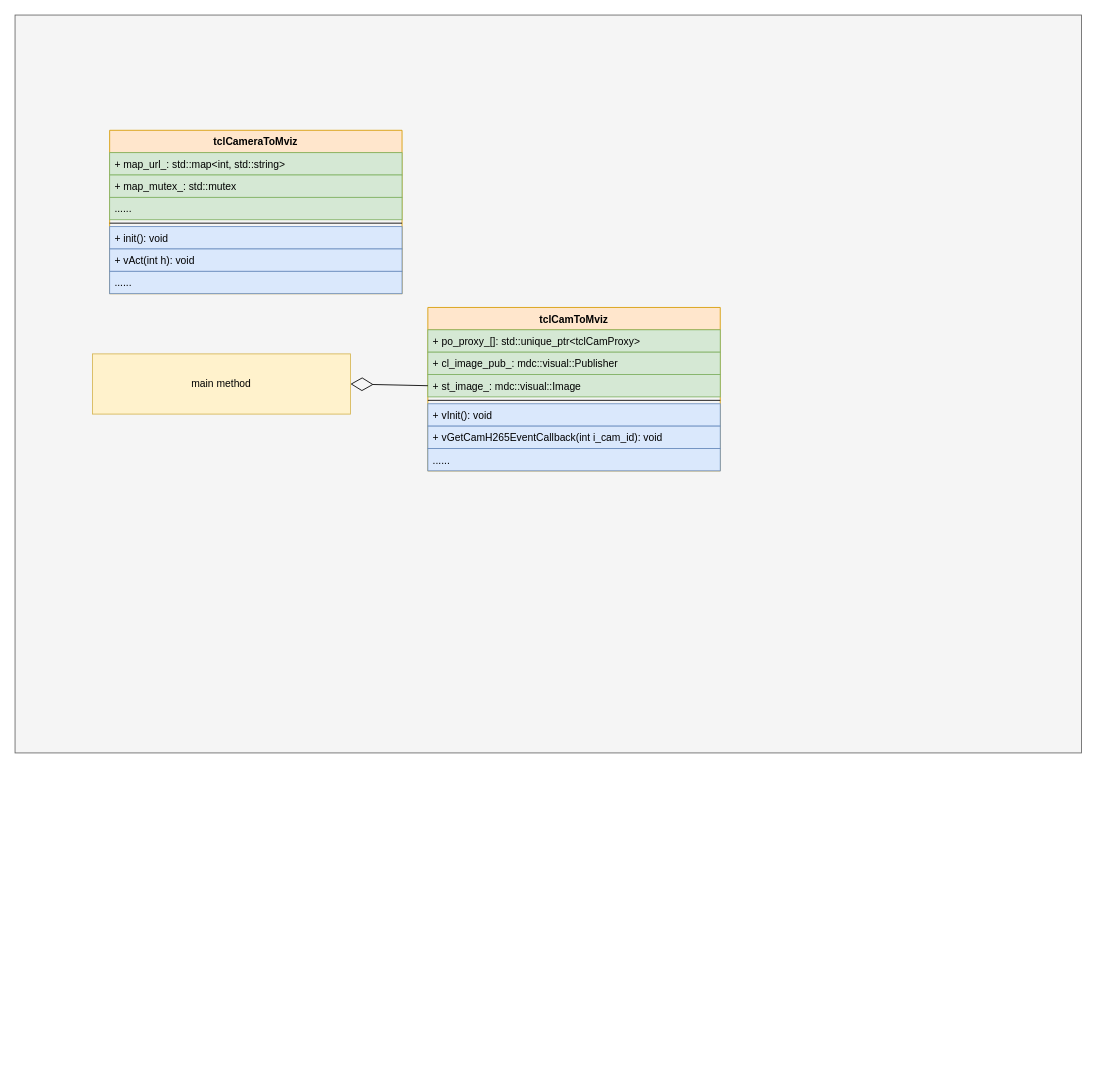
xiaoleli/diagrams keeps this draw.io diagram as visualize静态图.drawio. Above is the earlier version. Source tidied: cells renumbered, new cells numbered last; positions are measured from the earlier drawing's top-left corner, leaving out a move shared by most shapes. Both pictures are drawn from the tidied source at 86%, with x=0, y=0 at pixel (15, 15).
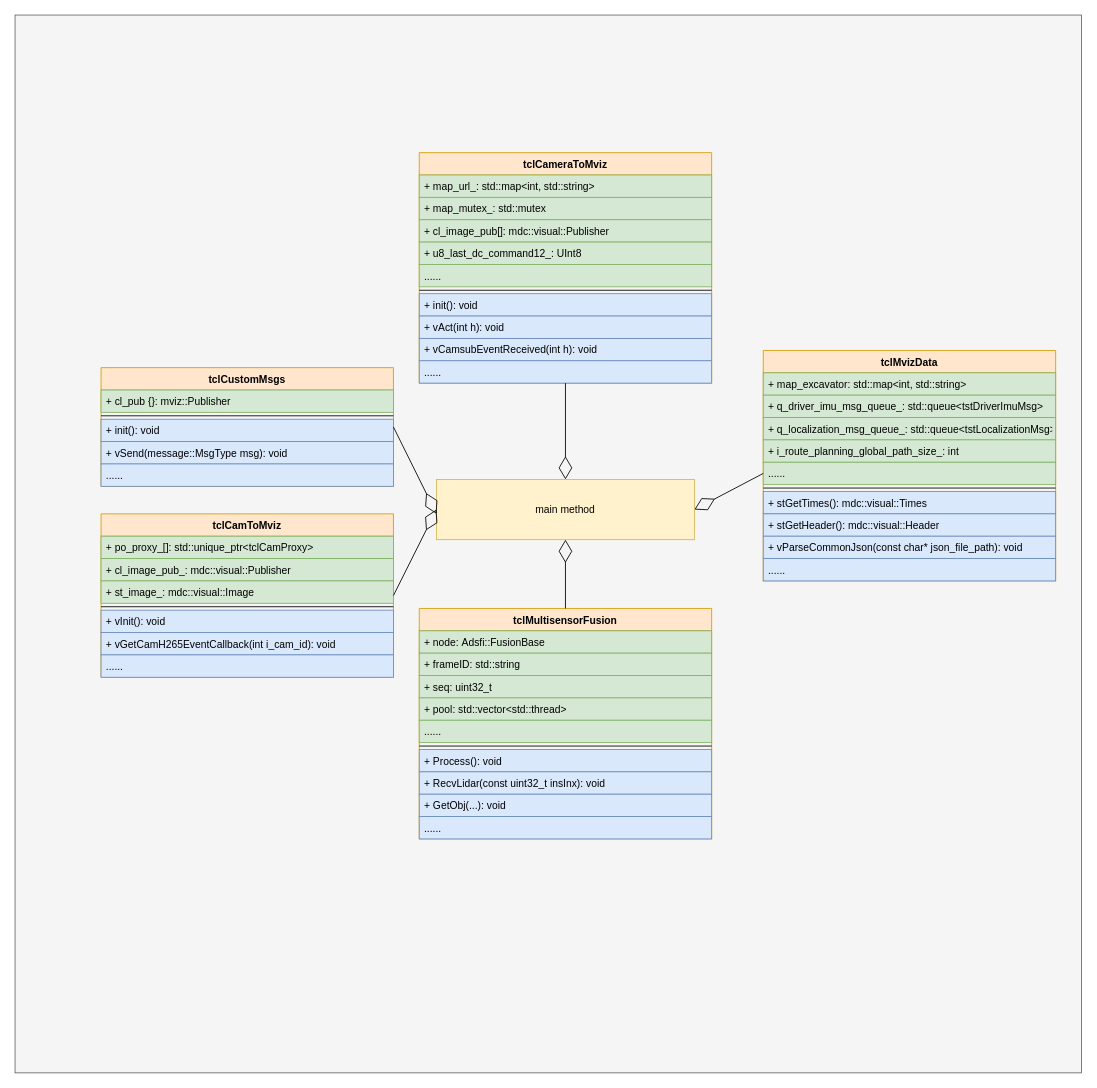
The same diagram, later.

Commit message (it also covers changes not shown here):
更新visualize静态图.drawio

Unchanged cells that the change refers to:
```xml
<mxCell id="6" value="+ st_image_: mdc::visual::Image" style="text;strokeColor=#82b366;fillColor=#d5e8d4;align=left;verticalAlign=top;spacingLeft=4;spacingRight=4;overflow=hidden;points=[[0,0.5],[1,0.5]];portConstraint=eastwest;" parent="3" vertex="1">
  <mxGeometry y="78" width="340" height="26" as="geometry" />
</mxCell>
```

The edit, as a diff of the source:
```diff
@@
     <mxCell id="2" style="html=1;fillColor=#f5f5f5;fontColor=#333333;strokeColor=#666666;" parent="1" vertex="1">
-      <mxGeometry width="1240" height="858" as="geometry" />
+      <mxGeometry width="1240" height="1230" as="geometry" />
     </mxCell>
     <mxCell id="3" value="tclCamToMviz" style="swimlane;fontStyle=1;align=center;verticalAlign=top;horizontal=1;startSize=26;fillColor=#ffe6cc;strokeColor=#d79b00;" parent="1" vertex="1">
-      <mxGeometry x="480" y="340" width="340" height="190" as="geometry" />
+      <mxGeometry x="100" y="580" width="340" height="190" as="geometry" />
     </mxCell>
@@
     <mxCell id="11" value="main method" style="rounded=0;whiteSpace=wrap;html=1;fillColor=#fff2cc;strokeColor=#d6b656;" parent="1" vertex="1">
-      <mxGeometry x="90" y="394" width="300" height="70" as="geometry" />
+      <mxGeometry x="490" y="540" width="300" height="70" as="geometry" />
     </mxCell>
-    <mxCell id="12" style="endArrow=diamondThin;endFill=0;endSize=24;html=1;rounded=0;entryX=1;entryY=0.5;entryDx=0;entryDy=0;exitX=0;exitY=0.5;exitDx=0;exitDy=0;" parent="1" edge="1" source="6" target="11">
-      <mxGeometry relative="1" as="geometry" />
+    <mxCell id="12" style="endArrow=diamondThin;endFill=0;endSize=24;html=1;rounded=0;exitX=1;exitY=0.5;exitDx=0;exitDy=0;" parent="1" edge="1" source="3">
+      <mxGeometry relative="1" as="geometry">
+        <mxPoint x="490" y="575" as="targetPoint" />
+      </mxGeometry>
     </mxCell>
     <mxCell id="13" value="tclCameraToMviz" style="swimlane;fontStyle=1;align=center;verticalAlign=top;horizontal=1;startSize=26;fillColor=#ffe6cc;strokeColor=#d79b00;" parent="1" vertex="1">
-      <mxGeometry x="110" y="134" width="340" height="190" as="geometry" />
+      <mxGeometry x="470" y="160" width="340" height="268" as="geometry" />
     </mxCell>
@@
+    <mxCell id="21" value="+ cl_image_pub[]: mdc::visual::Publisher" style="text;strokeColor=#82b366;fillColor=#d5e8d4;align=left;verticalAlign=top;spacingLeft=4;spacingRight=4;overflow=hidden;" parent="13" vertex="1">
+      <mxGeometry y="78" width="340" height="26" as="geometry" />
+    </mxCell>
+    <mxCell id="22" value="+ u8_last_dc_command12_: UInt8" style="text;strokeColor=#82b366;fillColor=#d5e8d4;align=left;verticalAlign=top;spacingLeft=4;spacingRight=4;overflow=hidden;" parent="13" vertex="1">
+      <mxGeometry y="104" width="340" height="26" as="geometry" />
+    </mxCell>
     <mxCell id="16" value="......" style="text;strokeColor=#82b366;fillColor=#d5e8d4;align=left;verticalAlign=top;spacingLeft=4;spacingRight=4;overflow=hidden;" parent="13" vertex="1">
-      <mxGeometry y="78" width="340" height="26" as="geometry" />
+      <mxGeometry y="130" width="340" height="26" as="geometry" />
     </mxCell>
     <mxCell id="17" style="line;strokeWidth=1;fillColor=none;align=left;verticalAlign=middle;spacingTop=-1;spacingLeft=3;spacingRight=3;labelPosition=right;" parent="13" vertex="1">
-      <mxGeometry y="104" width="340" height="8" as="geometry" />
+      <mxGeometry y="156" width="340" height="8" as="geometry" />
     </mxCell>
     <mxCell id="18" value="+ init(): void" style="text;strokeColor=#6c8ebf;fillColor=#dae8fc;align=left;verticalAlign=top;spacingLeft=4;spacingRight=4;overflow=hidden;" parent="13" vertex="1">
-      <mxGeometry y="112" width="340" height="26" as="geometry" />
+      <mxGeometry y="164" width="340" height="26" as="geometry" />
     </mxCell>
     <mxCell id="19" value="+ vAct(int h): void" style="text;strokeColor=#6c8ebf;fillColor=#dae8fc;align=left;verticalAlign=top;spacingLeft=4;spacingRight=4;overflow=hidden;" parent="13" vertex="1">
-      <mxGeometry y="138" width="340" height="26" as="geometry" />
+      <mxGeometry y="190" width="340" height="26" as="geometry" />
     </mxCell>
+    <mxCell id="23" value="+ vCamsubEventReceived(int h): void" style="text;strokeColor=#6c8ebf;fillColor=#dae8fc;align=left;verticalAlign=top;spacingLeft=4;spacingRight=4;overflow=hidden;" parent="13" vertex="1">
+      <mxGeometry y="216" width="340" height="26" as="geometry" />
+    </mxCell>
     <mxCell id="20" value="......" style="text;strokeColor=#6c8ebf;fillColor=#dae8fc;align=left;verticalAlign=top;spacingLeft=4;spacingRight=4;overflow=hidden;" parent="13" vertex="1">
-      <mxGeometry y="164" width="340" height="26" as="geometry" />
+      <mxGeometry y="242" width="340" height="26" as="geometry" />
     </mxCell>
+    <mxCell id="24" style="endArrow=diamondThin;endFill=0;endSize=24;html=1;rounded=0;entryX=0.5;entryY=0;entryDx=0;entryDy=0;exitX=0.5;exitY=1;exitDx=0;exitDy=0;" parent="1" edge="1" source="13" target="11">
+      <mxGeometry relative="1" as="geometry" />
+    </mxCell>
+    <mxCell id="25" value="tclCustomMsgs" style="swimlane;fontStyle=1;align=center;verticalAlign=top;horizontal=1;startSize=26;fillColor=#ffe6cc;strokeColor=#d79b00;" parent="1" vertex="1">
+      <mxGeometry x="100" y="410" width="340" height="138" as="geometry" />
+    </mxCell>
+    <mxCell id="26" value="+ cl_pub {}: mviz::Publisher" style="text;strokeColor=#82b366;fillColor=#d5e8d4;align=left;verticalAlign=top;spacingLeft=4;spacingRight=4;overflow=hidden;" parent="25" vertex="1">
+      <mxGeometry y="26" width="340" height="26" as="geometry" />
+    </mxCell>
+    <mxCell id="27" style="line;strokeWidth=1;fillColor=none;align=left;verticalAlign=middle;spacingTop=-1;spacingLeft=3;spacingRight=3;labelPosition=right;" parent="25" vertex="1">
+      <mxGeometry y="52" width="340" height="8" as="geometry" />
+    </mxCell>
+    <mxCell id="28" value="+ init(): void" style="text;strokeColor=#6c8ebf;fillColor=#dae8fc;align=left;verticalAlign=top;spacingLeft=4;spacingRight=4;overflow=hidden;" parent="25" vertex="1">
+      <mxGeometry y="60" width="340" height="26" as="geometry" />
+    </mxCell>
+    <mxCell id="29" value="+ vSend(message::MsgType msg): void" style="text;strokeColor=#6c8ebf;fillColor=#dae8fc;align=left;verticalAlign=top;spacingLeft=4;spacingRight=4;overflow=hidden;" parent="25" vertex="1">
+      <mxGeometry y="86" width="340" height="26" as="geometry" />
+    </mxCell>
+    <mxCell id="30" value="......" style="text;strokeColor=#6c8ebf;fillColor=#dae8fc;align=left;verticalAlign=top;spacingLeft=4;spacingRight=4;overflow=hidden;" parent="25" vertex="1">
+      <mxGeometry y="112" width="340" height="26" as="geometry" />
+    </mxCell>
+    <mxCell id="31" style="endArrow=diamondThin;endFill=0;endSize=24;html=1;rounded=0;exitX=1;exitY=0.5;exitDx=0;exitDy=0;" parent="1" edge="1" source="25">
+      <mxGeometry relative="1" as="geometry">
+        <mxPoint x="490" y="580" as="targetPoint" />
+      </mxGeometry>
+    </mxCell>
+    <mxCell id="32" value="tclMultisensorFusion" style="swimlane;fontStyle=1;align=center;verticalAlign=top;horizontal=1;startSize=26;fillColor=#ffe6cc;strokeColor=#d79b00;" parent="1" vertex="1">
+      <mxGeometry x="470" y="690" width="340" height="268" as="geometry" />
+    </mxCell>
+    <mxCell id="33" value="+ node: Adsfi::FusionBase" style="text;strokeColor=#82b366;fillColor=#d5e8d4;align=left;verticalAlign=top;spacingLeft=4;spacingRight=4;overflow=hidden;" parent="32" vertex="1">
+      <mxGeometry y="26" width="340" height="26" as="geometry" />
+    </mxCell>
+    <mxCell id="34" value="+ frameID: std::string" style="text;strokeColor=#82b366;fillColor=#d5e8d4;align=left;verticalAlign=top;spacingLeft=4;spacingRight=4;overflow=hidden;" parent="32" vertex="1">
+      <mxGeometry y="52" width="340" height="26" as="geometry" />
+    </mxCell>
+    <mxCell id="35" value="+ seq: uint32_t" style="text;strokeColor=#82b366;fillColor=#d5e8d4;align=left;verticalAlign=top;spacingLeft=4;spacingRight=4;overflow=hidden;" parent="32" vertex="1">
+      <mxGeometry y="78" width="340" height="26" as="geometry" />
+    </mxCell>
+    <mxCell id="36" value="+ pool: std::vector&lt;std::thread&gt;" style="text;strokeColor=#82b366;fillColor=#d5e8d4;align=left;verticalAlign=top;spacingLeft=4;spacingRight=4;overflow=hidden;" parent="32" vertex="1">
+      <mxGeometry y="104" width="340" height="26" as="geometry" />
+    </mxCell>
+    <mxCell id="37" value="......" style="text;strokeColor=#82b366;fillColor=#d5e8d4;align=left;verticalAlign=top;spacingLeft=4;spacingRight=4;overflow=hidden;" parent="32" vertex="1">
+      <mxGeometry y="130" width="340" height="26" as="geometry" />
+    </mxCell>
+    <mxCell id="38" style="line;strokeWidth=1;fillColor=none;align=left;verticalAlign=middle;spacingTop=-1;spacingLeft=3;spacingRight=3;labelPosition=right;" parent="32" vertex="1">
+      <mxGeometry y="156" width="340" height="8" as="geometry" />
+    </mxCell>
+    <mxCell id="39" value="+ Process(): void" style="text;strokeColor=#6c8ebf;fillColor=#dae8fc;align=left;verticalAlign=top;spacingLeft=4;spacingRight=4;overflow=hidden;" parent="32" vertex="1">
+      <mxGeometry y="164" width="340" height="26" as="geometry" />
+    </mxCell>
+    <mxCell id="40" value="+ RecvLidar(const uint32_t insInx): void" style="text;strokeColor=#6c8ebf;fillColor=#dae8fc;align=left;verticalAlign=top;spacingLeft=4;spacingRight=4;overflow=hidden;" parent="32" vertex="1">
+      <mxGeometry y="190" width="340" height="26" as="geometry" />
+    </mxCell>
+    <mxCell id="41" value="+ GetObj(...): void" style="text;strokeColor=#6c8ebf;fillColor=#dae8fc;align=left;verticalAlign=top;spacingLeft=4;spacingRight=4;overflow=hidden;" parent="32" vertex="1">
+      <mxGeometry y="216" width="340" height="26" as="geometry" />
+    </mxCell>
+    <mxCell id="42" value="......" style="text;strokeColor=#6c8ebf;fillColor=#dae8fc;align=left;verticalAlign=top;spacingLeft=4;spacingRight=4;overflow=hidden;" parent="32" vertex="1">
+      <mxGeometry y="242" width="340" height="26" as="geometry" />
+    </mxCell>
+    <mxCell id="43" style="endArrow=diamondThin;endFill=0;endSize=24;html=1;rounded=0;entryX=0.5;entryY=1;entryDx=0;entryDy=0;exitX=0.5;exitY=0;exitDx=0;exitDy=0;" parent="1" edge="1" source="32" target="11">
+      <mxGeometry relative="1" as="geometry" />
+    </mxCell>
+    <mxCell id="44" value="tclMvizData" style="swimlane;fontStyle=1;align=center;verticalAlign=top;horizontal=1;startSize=26;fillColor=#ffe6cc;strokeColor=#d79b00;" parent="1" vertex="1">
+      <mxGeometry x="870" y="390" width="340" height="268" as="geometry" />
+    </mxCell>
+    <mxCell id="45" value="+ map_excavator: std::map&lt;int, std::string&gt;" style="text;strokeColor=#82b366;fillColor=#d5e8d4;align=left;verticalAlign=top;spacingLeft=4;spacingRight=4;overflow=hidden;" parent="44" vertex="1">
+      <mxGeometry y="26" width="340" height="26" as="geometry" />
+    </mxCell>
+    <mxCell id="46" value="+ q_driver_imu_msg_queue_: std::queue&lt;tstDriverImuMsg&gt;" style="text;strokeColor=#82b366;fillColor=#d5e8d4;align=left;verticalAlign=top;spacingLeft=4;spacingRight=4;overflow=hidden;" parent="44" vertex="1">
+      <mxGeometry y="52" width="340" height="26" as="geometry" />
+    </mxCell>
+    <mxCell id="47" value="+ q_localization_msg_queue_: std::queue&lt;tstLocalizationMsg&gt;" style="text;strokeColor=#82b366;fillColor=#d5e8d4;align=left;verticalAlign=top;spacingLeft=4;spacingRight=4;overflow=hidden;" parent="44" vertex="1">
+      <mxGeometry y="78" width="340" height="26" as="geometry" />
+    </mxCell>
+    <mxCell id="48" value="+ i_route_planning_global_path_size_: int" style="text;strokeColor=#82b366;fillColor=#d5e8d4;align=left;verticalAlign=top;spacingLeft=4;spacingRight=4;overflow=hidden;" parent="44" vertex="1">
+      <mxGeometry y="104" width="340" height="26" as="geometry" />
+    </mxCell>
+    <mxCell id="49" value="......" style="text;strokeColor=#82b366;fillColor=#d5e8d4;align=left;verticalAlign=top;spacingLeft=4;spacingRight=4;overflow=hidden;points=[[0,0.5],[1,0.5]];portConstraint=eastwest;" parent="44" vertex="1">
+      <mxGeometry y="130" width="340" height="26" as="geometry" />
+    </mxCell>
+    <mxCell id="50" style="line;strokeWidth=1;fillColor=none;align=left;verticalAlign=middle;spacingTop=-1;spacingLeft=3;spacingRight=3;labelPosition=right;" parent="44" vertex="1">
+      <mxGeometry y="156" width="340" height="8" as="geometry" />
+    </mxCell>
+    <mxCell id="51" value="+ stGetTimes(): mdc::visual::Times" style="text;strokeColor=#6c8ebf;fillColor=#dae8fc;align=left;verticalAlign=top;spacingLeft=4;spacingRight=4;overflow=hidden;" parent="44" vertex="1">
+      <mxGeometry y="164" width="340" height="26" as="geometry" />
+    </mxCell>
+    <mxCell id="52" value="+ stGetHeader(): mdc::visual::Header" style="text;strokeColor=#6c8ebf;fillColor=#dae8fc;align=left;verticalAlign=top;spacingLeft=4;spacingRight=4;overflow=hidden;" parent="44" vertex="1">
+      <mxGeometry y="190" width="340" height="26" as="geometry" />
+    </mxCell>
+    <mxCell id="53" value="+ vParseCommonJson(const char* json_file_path): void" style="text;strokeColor=#6c8ebf;fillColor=#dae8fc;align=left;verticalAlign=top;spacingLeft=4;spacingRight=4;overflow=hidden;" parent="44" vertex="1">
+      <mxGeometry y="216" width="340" height="26" as="geometry" />
+    </mxCell>
+    <mxCell id="54" value="......" style="text;strokeColor=#6c8ebf;fillColor=#dae8fc;align=left;verticalAlign=top;spacingLeft=4;spacingRight=4;overflow=hidden;" parent="44" vertex="1">
+      <mxGeometry y="242" width="340" height="26" as="geometry" />
+    </mxCell>
+    <mxCell id="55" style="endArrow=diamondThin;endFill=0;endSize=24;html=1;rounded=0;entryX=1;entryY=0.5;entryDx=0;entryDy=0;exitX=0;exitY=0.5;exitDx=0;exitDy=0;" parent="1" edge="1" source="49" target="11">
+      <mxGeometry relative="1" as="geometry" />
+    </mxCell>
```
